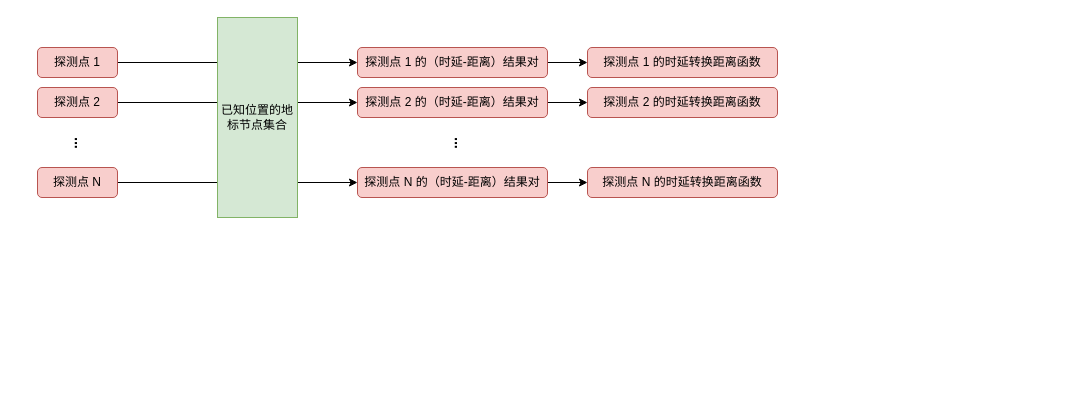
Above: rtt-based.drawio in masterAllen/ImageSave (draw.io), before the change. Source tidied: cells renumbered, new cells numbered last; positions are measured from the earlier drawing's top-left corner, leaving out a move shared by most shapes. Both pictures are drawn from the tidied source at 100%, with x=0, y=0 at pixel (37, 17).
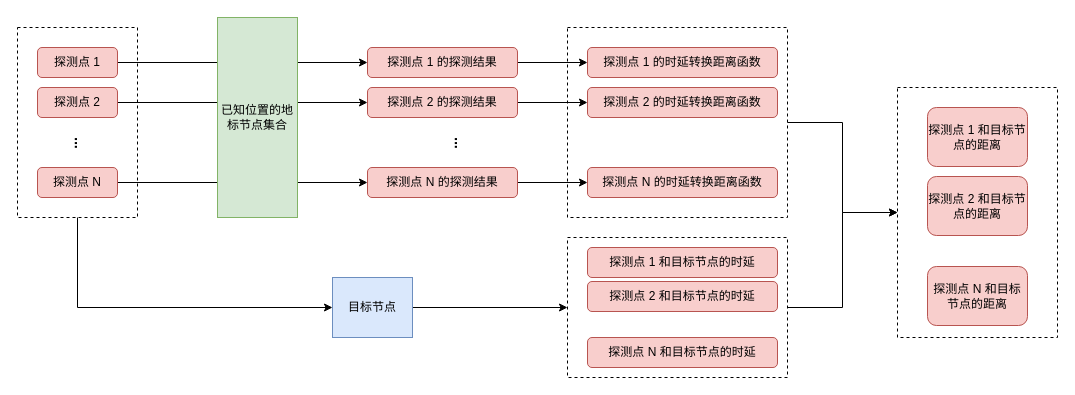
Above is the later version.

Change to the diagram source:
```diff
@@
+    <mxCell id="20" style="edgeStyle=orthogonalEdgeStyle;rounded=0;jettySize=auto;html=1;fontSize=14;" parent="1" edge="1" source="21" target="34">
+      <mxGeometry relative="1" as="geometry" />
+    </mxCell>
+    <mxCell id="21" style="rounded=0;whiteSpace=wrap;html=1;fontSize=14;fillColor=none;dashed=1;" parent="1" vertex="1">
+      <mxGeometry x="530" y="10" width="220" height="190" as="geometry" />
+    </mxCell>
@@
-    <mxCell id="11" value="探测点 1 的（时延-距离）结果对" style="rounded=1;whiteSpace=wrap;html=1;fillColor=#f8cecc;strokeColor=#b85450;" parent="1" vertex="1">
-      <mxGeometry x="320" y="30" width="190" height="30" as="geometry" />
+    <mxCell id="11" value="探测点 1 的探测结果" style="rounded=1;whiteSpace=wrap;html=1;fillColor=#f8cecc;strokeColor=#b85450;" parent="1" vertex="1">
+      <mxGeometry x="330" y="30" width="150" height="30" as="geometry" />
     </mxCell>
@@
-    <mxCell id="13" value="探测点 2 的（时延-距离）结果对" style="rounded=1;whiteSpace=wrap;html=1;fillColor=#f8cecc;strokeColor=#b85450;" parent="1" vertex="1">
-      <mxGeometry x="320" y="70" width="190" height="30" as="geometry" />
+    <mxCell id="13" value="探测点 2 的探测结果" style="rounded=1;whiteSpace=wrap;html=1;fillColor=#f8cecc;strokeColor=#b85450;" parent="1" vertex="1">
+      <mxGeometry x="330" y="70" width="150" height="30" as="geometry" />
     </mxCell>
@@
-    <mxCell id="15" value="探测点 N 的（时延-距离）结果对" style="rounded=1;whiteSpace=wrap;html=1;fillColor=#f8cecc;strokeColor=#b85450;" parent="1" vertex="1">
-      <mxGeometry x="320" y="150" width="190" height="30" as="geometry" />
+    <mxCell id="15" value="探测点 N 的探测结果" style="rounded=1;whiteSpace=wrap;html=1;fillColor=#f8cecc;strokeColor=#b85450;" parent="1" vertex="1">
+      <mxGeometry x="330" y="150" width="150" height="30" as="geometry" />
     </mxCell>
@@
+    <mxCell id="22" style="edgeStyle=orthogonalEdgeStyle;rounded=0;jettySize=auto;html=1;entryX=0;entryY=0.5;entryDx=0;entryDy=0;fontSize=14;" parent="1" edge="1" source="23" target="27">
+      <mxGeometry relative="1" as="geometry" />
+    </mxCell>
+    <mxCell id="23" value="目标节点" style="rounded=0;whiteSpace=wrap;html=1;fillColor=#dae8fc;strokeColor=#6c8ebf;" parent="1" vertex="1">
+      <mxGeometry x="295" y="260" width="80" height="60" as="geometry" />
+    </mxCell>
+    <mxCell id="24" style="edgeStyle=orthogonalEdgeStyle;rounded=0;jettySize=auto;html=1;exitX=0.5;exitY=1;exitDx=0;exitDy=0;entryX=0;entryY=0.5;entryDx=0;entryDy=0;fontSize=14;" parent="1" edge="1" source="25" target="23">
+      <mxGeometry relative="1" as="geometry" />
+    </mxCell>
+    <mxCell id="25" style="rounded=0;whiteSpace=wrap;html=1;fontSize=14;fillColor=none;dashed=1;" parent="1" vertex="1">
+      <mxGeometry x="-20" y="10" width="120" height="190" as="geometry" />
+    </mxCell>
+    <mxCell id="26" style="edgeStyle=orthogonalEdgeStyle;rounded=0;jettySize=auto;html=1;entryX=0;entryY=0.5;entryDx=0;entryDy=0;fontSize=14;" parent="1" edge="1" source="27" target="34">
+      <mxGeometry relative="1" as="geometry" />
+    </mxCell>
+    <mxCell id="27" style="rounded=0;whiteSpace=wrap;html=1;fontSize=14;fillColor=none;dashed=1;" parent="1" vertex="1">
+      <mxGeometry x="530" y="220" width="220" height="140" as="geometry" />
+    </mxCell>
+    <mxCell id="28" value="探测点 1 和目标节点的时延" style="rounded=1;whiteSpace=wrap;html=1;fillColor=#f8cecc;strokeColor=#b85450;" parent="1" vertex="1">
+      <mxGeometry x="550" y="230" width="190" height="30" as="geometry" />
+    </mxCell>
+    <mxCell id="29" value="探测点 N 和目标节点的时延" style="rounded=1;whiteSpace=wrap;html=1;fillColor=#f8cecc;strokeColor=#b85450;" parent="1" vertex="1">
+      <mxGeometry x="550" y="320" width="190" height="30" as="geometry" />
+    </mxCell>
+    <mxCell id="30" value="探测点 2 和目标节点的时延" style="rounded=1;whiteSpace=wrap;html=1;fillColor=#f8cecc;strokeColor=#b85450;" parent="1" vertex="1">
+      <mxGeometry x="550" y="264" width="190" height="30" as="geometry" />
+    </mxCell>
+    <mxCell id="31" value="探测点 1 和目标节点的距离" style="rounded=1;whiteSpace=wrap;html=1;fillColor=#f8cecc;strokeColor=#b85450;" parent="1" vertex="1">
+      <mxGeometry x="890" y="90" width="100" height="59" as="geometry" />
+    </mxCell>
+    <mxCell id="32" value="探测点 2 和目标节点的距离" style="rounded=1;whiteSpace=wrap;html=1;fillColor=#f8cecc;strokeColor=#b85450;" parent="1" vertex="1">
+      <mxGeometry x="890" y="159" width="100" height="59" as="geometry" />
+    </mxCell>
+    <mxCell id="33" value="探测点 N 和目标节点的距离" style="rounded=1;whiteSpace=wrap;html=1;fillColor=#f8cecc;strokeColor=#b85450;" parent="1" vertex="1">
+      <mxGeometry x="890" y="249" width="100" height="59" as="geometry" />
+    </mxCell>
+    <mxCell id="34" style="rounded=0;whiteSpace=wrap;html=1;fontSize=14;fillColor=none;dashed=1;" parent="1" vertex="1">
+      <mxGeometry x="860" y="70" width="160" height="250" as="geometry" />
+    </mxCell>
```
